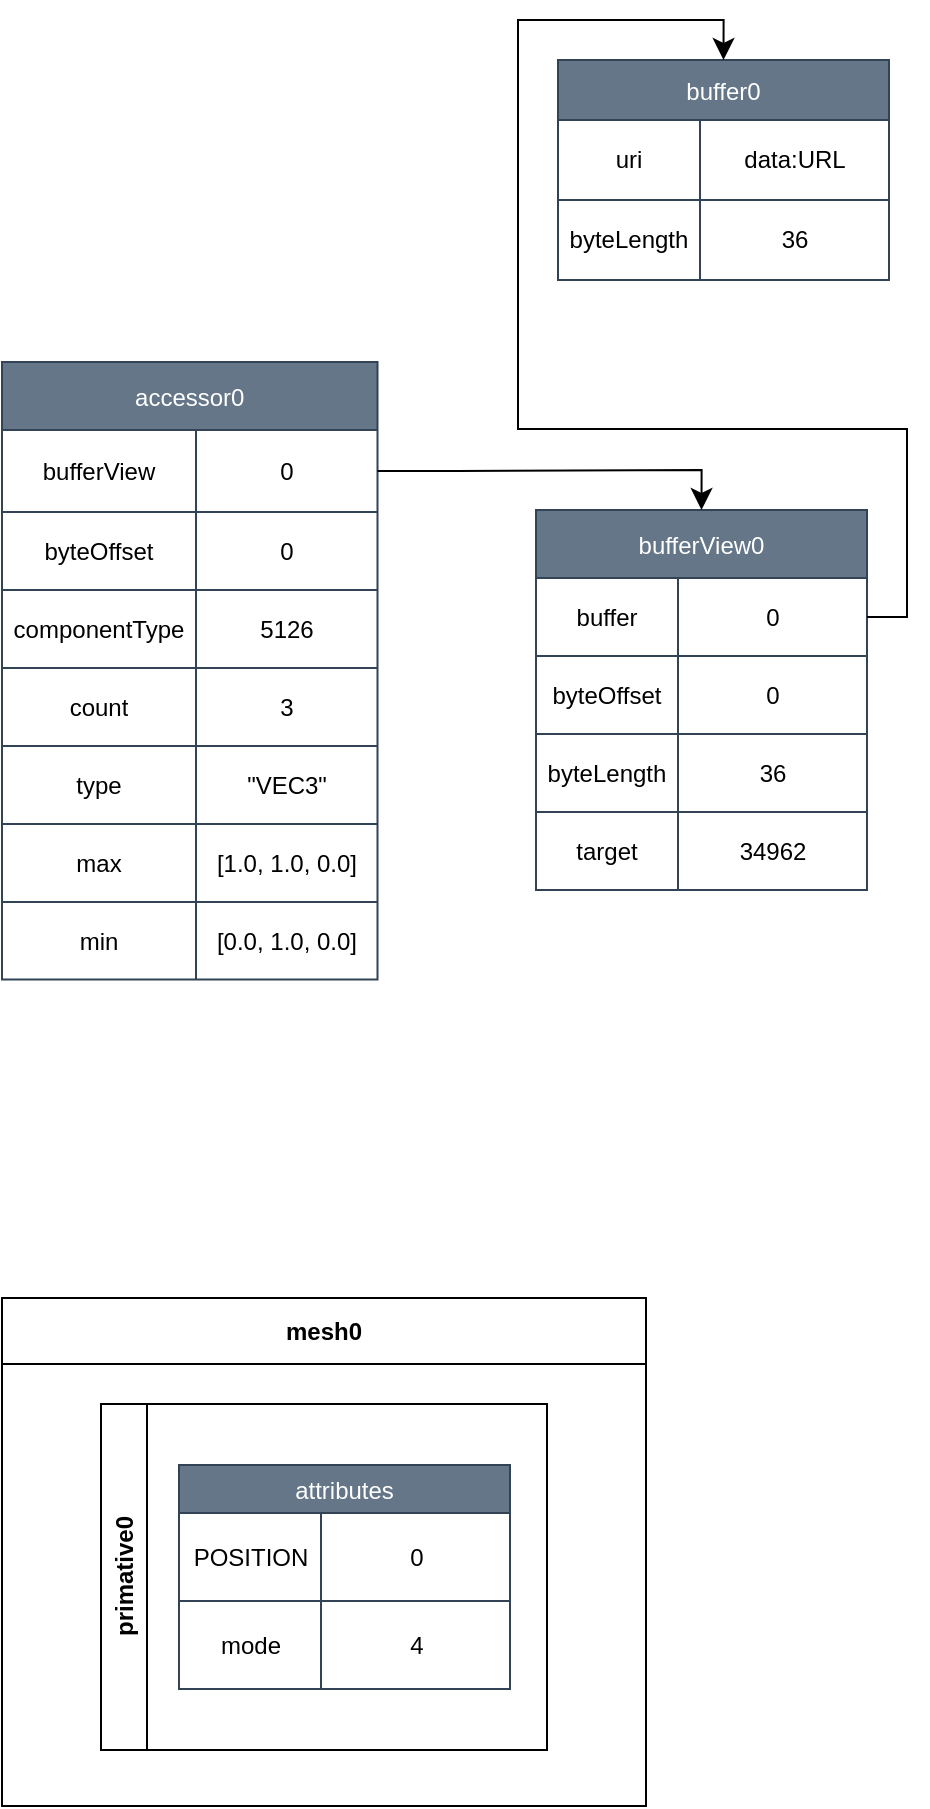
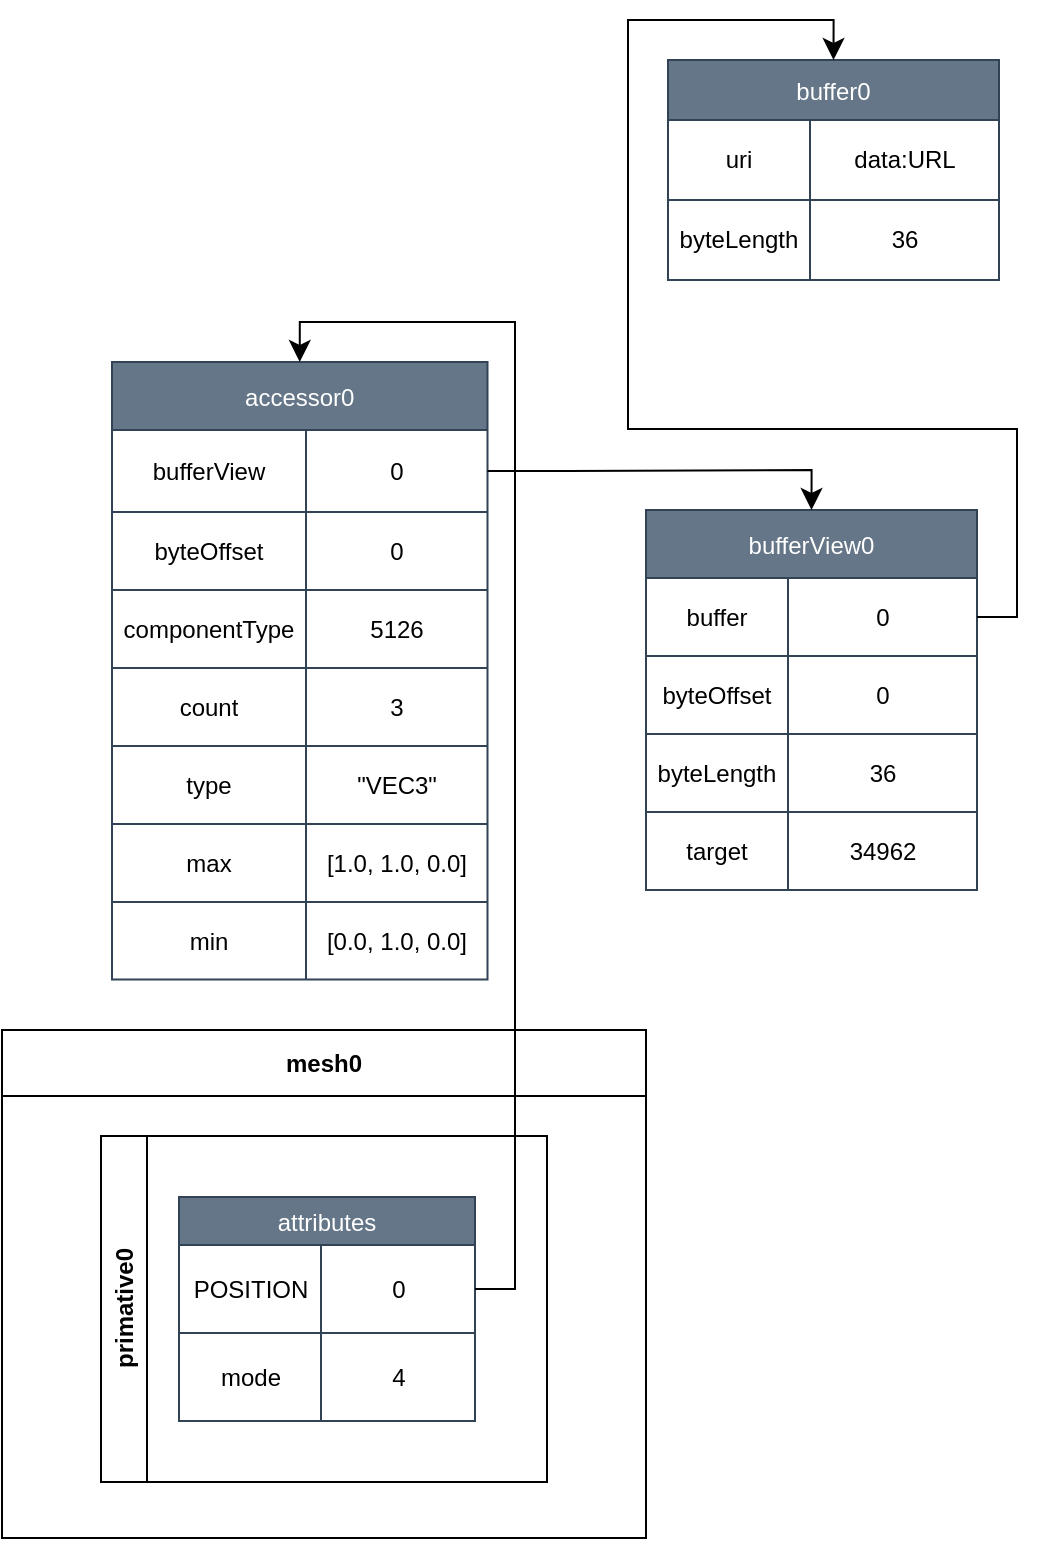
<mxfile host="app.diagrams.net">
  <diagram id="BZvedy4mBk2RI_J5c_5u" name="第 1 页">
    <mxGraphModel dx="1212" dy="1356" grid="0" gridSize="10" guides="1" tooltips="1" connect="1" arrows="1" fold="1" page="0" pageScale="1" pageWidth="827" pageHeight="1169" math="0" shadow="0">
      <root>
        <mxCell id="0" />
        <mxCell id="1" parent="0" />
        <mxCell id="-Ds3_SINnqwqFCvs20sv-1" parent="1" style="shape=table;startSize=30;container=1;collapsible=0;childLayout=tableLayout;fixedHeader=1;fillColor=#647687;fontColor=#ffffff;strokeColor=#314354;" value="buffer0" vertex="1">
          <mxGeometry height="110" width="165.5" x="-1" y="-129" as="geometry" />
        </mxCell>
        <mxCell id="-Ds3_SINnqwqFCvs20sv-2" parent="-Ds3_SINnqwqFCvs20sv-1" style="shape=tableRow;horizontal=0;startSize=0;swimlaneHead=0;swimlaneBody=0;strokeColor=inherit;top=0;left=0;bottom=0;right=0;collapsible=0;dropTarget=0;fillColor=none;points=[[0,0.5],[1,0.5]];portConstraint=eastwest;fixedHeader=1;" value="" vertex="1">
          <mxGeometry height="40" width="165.5" y="30" as="geometry" />
        </mxCell>
        <mxCell id="-Ds3_SINnqwqFCvs20sv-3" parent="-Ds3_SINnqwqFCvs20sv-2" style="shape=partialRectangle;html=1;whiteSpace=wrap;connectable=0;strokeColor=inherit;overflow=hidden;fillColor=none;top=0;left=0;bottom=0;right=0;pointerEvents=1;align=center;" value="uri" vertex="1">
          <mxGeometry height="40" width="71" as="geometry">
            <mxRectangle height="40" width="71" as="alternateBounds" />
          </mxGeometry>
        </mxCell>
        <mxCell id="-Ds3_SINnqwqFCvs20sv-4" parent="-Ds3_SINnqwqFCvs20sv-2" style="shape=partialRectangle;html=1;whiteSpace=wrap;connectable=0;strokeColor=inherit;overflow=hidden;fillColor=none;top=0;left=0;bottom=0;right=0;pointerEvents=1;" value="data:URL" vertex="1">
          <mxGeometry height="40" width="95" x="71" as="geometry">
            <mxRectangle height="40" width="95" as="alternateBounds" />
          </mxGeometry>
        </mxCell>
        <mxCell id="-Ds3_SINnqwqFCvs20sv-5" parent="-Ds3_SINnqwqFCvs20sv-1" style="shape=tableRow;horizontal=0;startSize=0;swimlaneHead=0;swimlaneBody=0;strokeColor=inherit;top=0;left=0;bottom=0;right=0;collapsible=0;dropTarget=0;fillColor=none;points=[[0,0.5],[1,0.5]];portConstraint=eastwest;fixedHeader=1;" value="" vertex="1">
          <mxGeometry height="40" width="165.5" y="70" as="geometry" />
        </mxCell>
        <mxCell id="-Ds3_SINnqwqFCvs20sv-6" parent="-Ds3_SINnqwqFCvs20sv-5" style="shape=partialRectangle;html=1;whiteSpace=wrap;connectable=0;strokeColor=inherit;overflow=hidden;fillColor=none;top=0;left=0;bottom=0;right=0;pointerEvents=1;align=center;" value="byteLength" vertex="1">
          <mxGeometry height="40" width="71" as="geometry">
            <mxRectangle height="40" width="71" as="alternateBounds" />
          </mxGeometry>
        </mxCell>
        <mxCell id="-Ds3_SINnqwqFCvs20sv-7" parent="-Ds3_SINnqwqFCvs20sv-5" style="shape=partialRectangle;html=1;whiteSpace=wrap;connectable=0;strokeColor=inherit;overflow=hidden;fillColor=none;top=0;left=0;bottom=0;right=0;pointerEvents=1;" value="36" vertex="1">
          <mxGeometry height="40" width="95" x="71" as="geometry">
            <mxRectangle height="40" width="95" as="alternateBounds" />
          </mxGeometry>
        </mxCell>
        <mxCell id="IMBELnrVSliVJA-H-ImH-1" parent="1" style="shape=table;startSize=34;container=1;collapsible=0;childLayout=tableLayout;fixedHeader=1;fillColor=#647687;fontColor=#ffffff;strokeColor=#314354;" value="bufferView0" vertex="1">
          <mxGeometry height="190" width="165.5" x="-12" y="96" as="geometry" />
        </mxCell>
        <mxCell id="IMBELnrVSliVJA-H-ImH-2" parent="IMBELnrVSliVJA-H-ImH-1" style="shape=tableRow;horizontal=0;startSize=0;swimlaneHead=0;swimlaneBody=0;strokeColor=inherit;top=0;left=0;bottom=0;right=0;collapsible=0;dropTarget=0;fillColor=none;points=[[0,0.5],[1,0.5]];portConstraint=eastwest;fixedHeader=1;" value="" vertex="1">
          <mxGeometry height="39" width="165.5" y="34" as="geometry" />
        </mxCell>
        <mxCell id="IMBELnrVSliVJA-H-ImH-3" parent="IMBELnrVSliVJA-H-ImH-2" style="shape=partialRectangle;html=1;whiteSpace=wrap;connectable=0;strokeColor=inherit;overflow=hidden;fillColor=none;top=0;left=0;bottom=0;right=0;pointerEvents=1;align=center;" value="buffer" vertex="1">
          <mxGeometry height="39" width="71" as="geometry">
            <mxRectangle height="39" width="71" as="alternateBounds" />
          </mxGeometry>
        </mxCell>
        <mxCell id="IMBELnrVSliVJA-H-ImH-4" parent="IMBELnrVSliVJA-H-ImH-2" style="shape=partialRectangle;html=1;whiteSpace=wrap;connectable=0;strokeColor=inherit;overflow=hidden;fillColor=none;top=0;left=0;bottom=0;right=0;pointerEvents=1;" value="0" vertex="1">
          <mxGeometry height="39" width="95" x="71" as="geometry">
            <mxRectangle height="39" width="95" as="alternateBounds" />
          </mxGeometry>
        </mxCell>
        <mxCell id="IMBELnrVSliVJA-H-ImH-5" parent="IMBELnrVSliVJA-H-ImH-1" style="shape=tableRow;horizontal=0;startSize=0;swimlaneHead=0;swimlaneBody=0;strokeColor=inherit;top=0;left=0;bottom=0;right=0;collapsible=0;dropTarget=0;fillColor=none;points=[[0,0.5],[1,0.5]];portConstraint=eastwest;fixedHeader=1;" value="" vertex="1">
          <mxGeometry height="39" width="165.5" y="73" as="geometry" />
        </mxCell>
        <mxCell id="IMBELnrVSliVJA-H-ImH-6" parent="IMBELnrVSliVJA-H-ImH-5" style="shape=partialRectangle;html=1;whiteSpace=wrap;connectable=0;strokeColor=inherit;overflow=hidden;fillColor=none;top=0;left=0;bottom=0;right=0;pointerEvents=1;align=center;" value="byteOffset" vertex="1">
          <mxGeometry height="39" width="71" as="geometry">
            <mxRectangle height="39" width="71" as="alternateBounds" />
          </mxGeometry>
        </mxCell>
        <mxCell id="IMBELnrVSliVJA-H-ImH-7" parent="IMBELnrVSliVJA-H-ImH-5" style="shape=partialRectangle;html=1;whiteSpace=wrap;connectable=0;strokeColor=inherit;overflow=hidden;fillColor=none;top=0;left=0;bottom=0;right=0;pointerEvents=1;" value="0" vertex="1">
          <mxGeometry height="39" width="95" x="71" as="geometry">
            <mxRectangle height="39" width="95" as="alternateBounds" />
          </mxGeometry>
        </mxCell>
        <mxCell id="IMBELnrVSliVJA-H-ImH-8" parent="IMBELnrVSliVJA-H-ImH-1" style="shape=tableRow;horizontal=0;startSize=0;swimlaneHead=0;swimlaneBody=0;strokeColor=inherit;top=0;left=0;bottom=0;right=0;collapsible=0;dropTarget=0;fillColor=none;points=[[0,0.5],[1,0.5]];portConstraint=eastwest;fixedHeader=1;" vertex="1">
          <mxGeometry height="39" width="165.5" y="112" as="geometry" />
        </mxCell>
        <mxCell id="IMBELnrVSliVJA-H-ImH-9" parent="IMBELnrVSliVJA-H-ImH-8" style="shape=partialRectangle;html=1;whiteSpace=wrap;connectable=0;strokeColor=inherit;overflow=hidden;fillColor=none;top=0;left=0;bottom=0;right=0;pointerEvents=1;align=center;" value="byteLength" vertex="1">
          <mxGeometry height="39" width="71" as="geometry">
            <mxRectangle height="39" width="71" as="alternateBounds" />
          </mxGeometry>
        </mxCell>
        <mxCell id="IMBELnrVSliVJA-H-ImH-10" parent="IMBELnrVSliVJA-H-ImH-8" style="shape=partialRectangle;html=1;whiteSpace=wrap;connectable=0;strokeColor=inherit;overflow=hidden;fillColor=none;top=0;left=0;bottom=0;right=0;pointerEvents=1;" value="36" vertex="1">
          <mxGeometry height="39" width="95" x="71" as="geometry">
            <mxRectangle height="39" width="95" as="alternateBounds" />
          </mxGeometry>
        </mxCell>
        <mxCell id="IMBELnrVSliVJA-H-ImH-11" parent="IMBELnrVSliVJA-H-ImH-1" style="shape=tableRow;horizontal=0;startSize=0;swimlaneHead=0;swimlaneBody=0;strokeColor=inherit;top=0;left=0;bottom=0;right=0;collapsible=0;dropTarget=0;fillColor=none;points=[[0,0.5],[1,0.5]];portConstraint=eastwest;fixedHeader=1;" vertex="1">
          <mxGeometry height="39" width="165.5" y="151" as="geometry" />
        </mxCell>
        <mxCell id="IMBELnrVSliVJA-H-ImH-12" parent="IMBELnrVSliVJA-H-ImH-11" style="shape=partialRectangle;html=1;whiteSpace=wrap;connectable=0;strokeColor=inherit;overflow=hidden;fillColor=none;top=0;left=0;bottom=0;right=0;pointerEvents=1;align=center;" value="target" vertex="1">
          <mxGeometry height="39" width="71" as="geometry">
            <mxRectangle height="39" width="71" as="alternateBounds" />
          </mxGeometry>
        </mxCell>
        <mxCell id="IMBELnrVSliVJA-H-ImH-13" parent="IMBELnrVSliVJA-H-ImH-11" style="shape=partialRectangle;html=1;whiteSpace=wrap;connectable=0;strokeColor=inherit;overflow=hidden;fillColor=none;top=0;left=0;bottom=0;right=0;pointerEvents=1;" value="34962" vertex="1">
          <mxGeometry height="39" width="95" x="71" as="geometry">
            <mxRectangle height="39" width="95" as="alternateBounds" />
          </mxGeometry>
        </mxCell>
        <mxCell id="IMBELnrVSliVJA-H-ImH-15" edge="1" parent="1" source="IMBELnrVSliVJA-H-ImH-2" style="edgeStyle=orthogonalEdgeStyle;rounded=0;orthogonalLoop=1;jettySize=auto;html=1;fontSize=12;startSize=8;endSize=8;exitX=1;exitY=0.5;exitDx=0;exitDy=0;entryX=0.5;entryY=0;entryDx=0;entryDy=0;" target="-Ds3_SINnqwqFCvs20sv-1">
          <mxGeometry relative="1" as="geometry" />
        </mxCell>
        <mxCell id="IMBELnrVSliVJA-H-ImH-16" parent="1" style="shape=table;startSize=34;container=1;collapsible=0;childLayout=tableLayout;fixedHeader=1;fillColor=#647687;fontColor=#ffffff;strokeColor=#314354;" value="accessor0" vertex="1">
          <mxGeometry height="308.75" width="187.75" x="-279" y="22" as="geometry" />
        </mxCell>
        <mxCell id="IMBELnrVSliVJA-H-ImH-17" parent="IMBELnrVSliVJA-H-ImH-16" style="shape=tableRow;horizontal=0;startSize=0;swimlaneHead=0;swimlaneBody=0;strokeColor=inherit;top=0;left=0;bottom=0;right=0;collapsible=0;dropTarget=0;fillColor=none;points=[[0,0.5],[1,0.5]];portConstraint=eastwest;fixedHeader=1;" value="" vertex="1">
          <mxGeometry height="41" width="187.75" y="34" as="geometry" />
        </mxCell>
        <mxCell id="IMBELnrVSliVJA-H-ImH-18" parent="IMBELnrVSliVJA-H-ImH-17" style="shape=partialRectangle;html=1;whiteSpace=wrap;connectable=0;strokeColor=inherit;overflow=hidden;fillColor=none;top=0;left=0;bottom=0;right=0;pointerEvents=1;align=center;" value="bufferView" vertex="1">
          <mxGeometry height="41" width="97" as="geometry">
            <mxRectangle height="41" width="97" as="alternateBounds" />
          </mxGeometry>
        </mxCell>
        <mxCell id="IMBELnrVSliVJA-H-ImH-19" parent="IMBELnrVSliVJA-H-ImH-17" style="shape=partialRectangle;html=1;whiteSpace=wrap;connectable=0;strokeColor=inherit;overflow=hidden;fillColor=none;top=0;left=0;bottom=0;right=0;pointerEvents=1;" value="0" vertex="1">
          <mxGeometry height="41" width="91" x="97" as="geometry">
            <mxRectangle height="41" width="91" as="alternateBounds" />
          </mxGeometry>
        </mxCell>
        <mxCell id="IMBELnrVSliVJA-H-ImH-20" parent="IMBELnrVSliVJA-H-ImH-16" style="shape=tableRow;horizontal=0;startSize=0;swimlaneHead=0;swimlaneBody=0;strokeColor=inherit;top=0;left=0;bottom=0;right=0;collapsible=0;dropTarget=0;fillColor=none;points=[[0,0.5],[1,0.5]];portConstraint=eastwest;fixedHeader=1;" value="" vertex="1">
          <mxGeometry height="39" width="187.75" y="75" as="geometry" />
        </mxCell>
        <mxCell id="IMBELnrVSliVJA-H-ImH-21" parent="IMBELnrVSliVJA-H-ImH-20" style="shape=partialRectangle;html=1;whiteSpace=wrap;connectable=0;strokeColor=inherit;overflow=hidden;fillColor=none;top=0;left=0;bottom=0;right=0;pointerEvents=1;align=center;" value="byteOffset" vertex="1">
          <mxGeometry height="39" width="97" as="geometry">
            <mxRectangle height="39" width="97" as="alternateBounds" />
          </mxGeometry>
        </mxCell>
        <mxCell id="IMBELnrVSliVJA-H-ImH-22" parent="IMBELnrVSliVJA-H-ImH-20" style="shape=partialRectangle;html=1;whiteSpace=wrap;connectable=0;strokeColor=inherit;overflow=hidden;fillColor=none;top=0;left=0;bottom=0;right=0;pointerEvents=1;" value="0" vertex="1">
          <mxGeometry height="39" width="91" x="97" as="geometry">
            <mxRectangle height="39" width="91" as="alternateBounds" />
          </mxGeometry>
        </mxCell>
        <mxCell id="IMBELnrVSliVJA-H-ImH-23" parent="IMBELnrVSliVJA-H-ImH-16" style="shape=tableRow;horizontal=0;startSize=0;swimlaneHead=0;swimlaneBody=0;strokeColor=inherit;top=0;left=0;bottom=0;right=0;collapsible=0;dropTarget=0;fillColor=none;points=[[0,0.5],[1,0.5]];portConstraint=eastwest;fixedHeader=1;" vertex="1">
          <mxGeometry height="39" width="187.75" y="114" as="geometry" />
        </mxCell>
        <mxCell id="IMBELnrVSliVJA-H-ImH-24" parent="IMBELnrVSliVJA-H-ImH-23" style="shape=partialRectangle;html=1;whiteSpace=wrap;connectable=0;strokeColor=inherit;overflow=hidden;fillColor=none;top=0;left=0;bottom=0;right=0;pointerEvents=1;align=center;" value="componentType" vertex="1">
          <mxGeometry height="39" width="97" as="geometry">
            <mxRectangle height="39" width="97" as="alternateBounds" />
          </mxGeometry>
        </mxCell>
        <mxCell id="IMBELnrVSliVJA-H-ImH-25" parent="IMBELnrVSliVJA-H-ImH-23" style="shape=partialRectangle;html=1;whiteSpace=wrap;connectable=0;strokeColor=inherit;overflow=hidden;fillColor=none;top=0;left=0;bottom=0;right=0;pointerEvents=1;" value="5126" vertex="1">
          <mxGeometry height="39" width="91" x="97" as="geometry">
            <mxRectangle height="39" width="91" as="alternateBounds" />
          </mxGeometry>
        </mxCell>
        <mxCell id="IMBELnrVSliVJA-H-ImH-26" parent="IMBELnrVSliVJA-H-ImH-16" style="shape=tableRow;horizontal=0;startSize=0;swimlaneHead=0;swimlaneBody=0;strokeColor=inherit;top=0;left=0;bottom=0;right=0;collapsible=0;dropTarget=0;fillColor=none;points=[[0,0.5],[1,0.5]];portConstraint=eastwest;fixedHeader=1;" vertex="1">
          <mxGeometry height="39" width="187.75" y="153" as="geometry" />
        </mxCell>
        <mxCell id="IMBELnrVSliVJA-H-ImH-27" parent="IMBELnrVSliVJA-H-ImH-26" style="shape=partialRectangle;html=1;whiteSpace=wrap;connectable=0;strokeColor=inherit;overflow=hidden;fillColor=none;top=0;left=0;bottom=0;right=0;pointerEvents=1;align=center;" value="count" vertex="1">
          <mxGeometry height="39" width="97" as="geometry">
            <mxRectangle height="39" width="97" as="alternateBounds" />
          </mxGeometry>
        </mxCell>
        <mxCell id="IMBELnrVSliVJA-H-ImH-28" parent="IMBELnrVSliVJA-H-ImH-26" style="shape=partialRectangle;html=1;whiteSpace=wrap;connectable=0;strokeColor=inherit;overflow=hidden;fillColor=none;top=0;left=0;bottom=0;right=0;pointerEvents=1;" value="3" vertex="1">
          <mxGeometry height="39" width="91" x="97" as="geometry">
            <mxRectangle height="39" width="91" as="alternateBounds" />
          </mxGeometry>
        </mxCell>
        <mxCell id="IMBELnrVSliVJA-H-ImH-29" parent="IMBELnrVSliVJA-H-ImH-16" style="shape=tableRow;horizontal=0;startSize=0;swimlaneHead=0;swimlaneBody=0;strokeColor=inherit;top=0;left=0;bottom=0;right=0;collapsible=0;dropTarget=0;fillColor=none;points=[[0,0.5],[1,0.5]];portConstraint=eastwest;fixedHeader=1;" vertex="1">
          <mxGeometry height="39" width="187.75" y="192" as="geometry" />
        </mxCell>
        <mxCell id="IMBELnrVSliVJA-H-ImH-30" parent="IMBELnrVSliVJA-H-ImH-29" style="shape=partialRectangle;html=1;whiteSpace=wrap;connectable=0;strokeColor=inherit;overflow=hidden;fillColor=none;top=0;left=0;bottom=0;right=0;pointerEvents=1;align=center;" value="type" vertex="1">
          <mxGeometry height="39" width="97" as="geometry">
            <mxRectangle height="39" width="97" as="alternateBounds" />
          </mxGeometry>
        </mxCell>
        <mxCell id="IMBELnrVSliVJA-H-ImH-31" parent="IMBELnrVSliVJA-H-ImH-29" style="shape=partialRectangle;html=1;whiteSpace=wrap;connectable=0;strokeColor=inherit;overflow=hidden;fillColor=none;top=0;left=0;bottom=0;right=0;pointerEvents=1;" value="&quot;VEC3&quot;" vertex="1">
          <mxGeometry height="39" width="91" x="97" as="geometry">
            <mxRectangle height="39" width="91" as="alternateBounds" />
          </mxGeometry>
        </mxCell>
        <mxCell id="IMBELnrVSliVJA-H-ImH-32" parent="IMBELnrVSliVJA-H-ImH-16" style="shape=tableRow;horizontal=0;startSize=0;swimlaneHead=0;swimlaneBody=0;strokeColor=inherit;top=0;left=0;bottom=0;right=0;collapsible=0;dropTarget=0;fillColor=none;points=[[0,0.5],[1,0.5]];portConstraint=eastwest;fixedHeader=1;" vertex="1">
          <mxGeometry height="39" width="187.75" y="231" as="geometry" />
        </mxCell>
        <mxCell id="IMBELnrVSliVJA-H-ImH-33" parent="IMBELnrVSliVJA-H-ImH-32" style="shape=partialRectangle;html=1;whiteSpace=wrap;connectable=0;strokeColor=inherit;overflow=hidden;fillColor=none;top=0;left=0;bottom=0;right=0;pointerEvents=1;align=center;" value="max" vertex="1">
          <mxGeometry height="39" width="97" as="geometry">
            <mxRectangle height="39" width="97" as="alternateBounds" />
          </mxGeometry>
        </mxCell>
        <mxCell id="IMBELnrVSliVJA-H-ImH-34" parent="IMBELnrVSliVJA-H-ImH-32" style="shape=partialRectangle;html=1;whiteSpace=wrap;connectable=0;strokeColor=inherit;overflow=hidden;fillColor=none;top=0;left=0;bottom=0;right=0;pointerEvents=1;" value="[1.0, 1.0, 0.0]" vertex="1">
          <mxGeometry height="39" width="91" x="97" as="geometry">
            <mxRectangle height="39" width="91" as="alternateBounds" />
          </mxGeometry>
        </mxCell>
        <mxCell id="IMBELnrVSliVJA-H-ImH-35" parent="IMBELnrVSliVJA-H-ImH-16" style="shape=tableRow;horizontal=0;startSize=0;swimlaneHead=0;swimlaneBody=0;strokeColor=inherit;top=0;left=0;bottom=0;right=0;collapsible=0;dropTarget=0;fillColor=none;points=[[0,0.5],[1,0.5]];portConstraint=eastwest;fixedHeader=1;" vertex="1">
          <mxGeometry height="39" width="187.75" y="270" as="geometry" />
        </mxCell>
        <mxCell id="IMBELnrVSliVJA-H-ImH-36" parent="IMBELnrVSliVJA-H-ImH-35" style="shape=partialRectangle;html=1;whiteSpace=wrap;connectable=0;strokeColor=inherit;overflow=hidden;fillColor=none;top=0;left=0;bottom=0;right=0;pointerEvents=1;align=center;" value="min" vertex="1">
          <mxGeometry height="39" width="97" as="geometry">
            <mxRectangle height="39" width="97" as="alternateBounds" />
          </mxGeometry>
        </mxCell>
        <mxCell id="IMBELnrVSliVJA-H-ImH-37" parent="IMBELnrVSliVJA-H-ImH-35" style="shape=partialRectangle;html=1;whiteSpace=wrap;connectable=0;strokeColor=inherit;overflow=hidden;fillColor=none;top=0;left=0;bottom=0;right=0;pointerEvents=1;" value="[0.0, 1.0, 0.0]" vertex="1">
          <mxGeometry height="39" width="91" x="97" as="geometry">
            <mxRectangle height="39" width="91" as="alternateBounds" />
          </mxGeometry>
        </mxCell>
        <mxCell id="IMBELnrVSliVJA-H-ImH-38" edge="1" parent="1" source="IMBELnrVSliVJA-H-ImH-17" style="edgeStyle=orthogonalEdgeStyle;rounded=0;orthogonalLoop=1;jettySize=auto;html=1;entryX=0.5;entryY=0;entryDx=0;entryDy=0;fontSize=12;startSize=8;endSize=8;exitX=1;exitY=0.5;exitDx=0;exitDy=0;" target="IMBELnrVSliVJA-H-ImH-1">
          <mxGeometry relative="1" as="geometry" />
        </mxCell>
        <mxCell id="oYlXVEz9eKNw0EBKh330-92" parent="1" style="swimlane;whiteSpace=wrap;html=1;startSize=33;" value="mesh0" vertex="1">
-           <mxGeometry height="254" width="322" x="-279" y="490" as="geometry" />
+           <mxGeometry height="254" width="322" x="-334" y="356" as="geometry" />
        </mxCell>
        <mxCell id="oYlXVEz9eKNw0EBKh330-96" parent="oYlXVEz9eKNw0EBKh330-92" style="swimlane;horizontal=0;whiteSpace=wrap;html=1;" value="primative0" vertex="1">
          <mxGeometry height="173" width="223" x="49.499999999999986" y="53" as="geometry" />
        </mxCell>
        <mxCell id="oYlXVEz9eKNw0EBKh330-4" parent="oYlXVEz9eKNw0EBKh330-96" style="shape=table;startSize=24;container=1;collapsible=0;childLayout=tableLayout;fixedHeader=1;fillColor=#647687;fontColor=#ffffff;strokeColor=#314354;" value="attributes" vertex="1">
-           <mxGeometry height="112" width="165.5" x="39" y="30.5" as="geometry" />
+           <mxGeometry height="112" width="148" x="39" y="30.5" as="geometry" />
        </mxCell>
        <mxCell id="oYlXVEz9eKNw0EBKh330-5" parent="oYlXVEz9eKNw0EBKh330-4" style="shape=tableRow;horizontal=0;startSize=0;swimlaneHead=0;swimlaneBody=0;strokeColor=inherit;top=0;left=0;bottom=0;right=0;collapsible=0;dropTarget=0;fillColor=none;points=[[0,0.5],[1,0.5]];portConstraint=eastwest;fixedHeader=1;" value="" vertex="1">
-           <mxGeometry height="44" width="165.5" y="24" as="geometry" />
+           <mxGeometry height="44" width="148" y="24" as="geometry" />
        </mxCell>
        <mxCell id="oYlXVEz9eKNw0EBKh330-6" parent="oYlXVEz9eKNw0EBKh330-5" style="shape=partialRectangle;html=1;whiteSpace=wrap;connectable=0;strokeColor=inherit;overflow=hidden;fillColor=none;top=0;left=0;bottom=0;right=0;pointerEvents=1;align=center;" value="POSITION" vertex="1">
          <mxGeometry height="44" width="71" as="geometry">
            <mxRectangle height="44" width="71" as="alternateBounds" />
          </mxGeometry>
        </mxCell>
        <mxCell id="oYlXVEz9eKNw0EBKh330-7" parent="oYlXVEz9eKNw0EBKh330-5" style="shape=partialRectangle;html=1;whiteSpace=wrap;connectable=0;strokeColor=inherit;overflow=hidden;fillColor=none;top=0;left=0;bottom=0;right=0;pointerEvents=1;" value="0" vertex="1">
-           <mxGeometry height="44" width="95" x="71" as="geometry">
-             <mxRectangle height="44" width="95" as="alternateBounds" />
+           <mxGeometry height="44" width="77" x="71" as="geometry">
+             <mxRectangle height="44" width="77" as="alternateBounds" />
          </mxGeometry>
        </mxCell>
        <mxCell id="oYlXVEz9eKNw0EBKh330-17" parent="oYlXVEz9eKNw0EBKh330-4" style="shape=tableRow;horizontal=0;startSize=0;swimlaneHead=0;swimlaneBody=0;strokeColor=inherit;top=0;left=0;bottom=0;right=0;collapsible=0;dropTarget=0;fillColor=none;points=[[0,0.5],[1,0.5]];portConstraint=eastwest;fixedHeader=1;" vertex="1">
-           <mxGeometry height="44" width="165.5" y="68" as="geometry" />
+           <mxGeometry height="44" width="148" y="68" as="geometry" />
        </mxCell>
        <mxCell id="oYlXVEz9eKNw0EBKh330-18" parent="oYlXVEz9eKNw0EBKh330-17" style="shape=partialRectangle;html=1;whiteSpace=wrap;connectable=0;strokeColor=inherit;overflow=hidden;fillColor=none;top=0;left=0;bottom=0;right=0;pointerEvents=1;align=center;" value="mode" vertex="1">
          <mxGeometry height="44" width="71" as="geometry">
            <mxRectangle height="44" width="71" as="alternateBounds" />
          </mxGeometry>
        </mxCell>
        <mxCell id="oYlXVEz9eKNw0EBKh330-19" parent="oYlXVEz9eKNw0EBKh330-17" style="shape=partialRectangle;html=1;whiteSpace=wrap;connectable=0;strokeColor=inherit;overflow=hidden;fillColor=none;top=0;left=0;bottom=0;right=0;pointerEvents=1;" value="4" vertex="1">
-           <mxGeometry height="44" width="95" x="71" as="geometry">
-             <mxRectangle height="44" width="95" as="alternateBounds" />
-           </mxGeometry>
+           <mxGeometry height="44" width="77" x="71" as="geometry">
+             <mxRectangle height="44" width="77" as="alternateBounds" />
+           </mxGeometry>
+         </mxCell>
+         <mxCell id="oYlXVEz9eKNw0EBKh330-97" edge="1" parent="1" source="oYlXVEz9eKNw0EBKh330-5" style="edgeStyle=orthogonalEdgeStyle;rounded=0;orthogonalLoop=1;jettySize=auto;html=1;entryX=0.5;entryY=0;entryDx=0;entryDy=0;fontSize=12;startSize=8;endSize=8;exitX=1;exitY=0.5;exitDx=0;exitDy=0;" target="IMBELnrVSliVJA-H-ImH-16">
+           <mxGeometry relative="1" as="geometry" />
        </mxCell>
      </root>
    </mxGraphModel>
  </diagram>
</mxfile>
